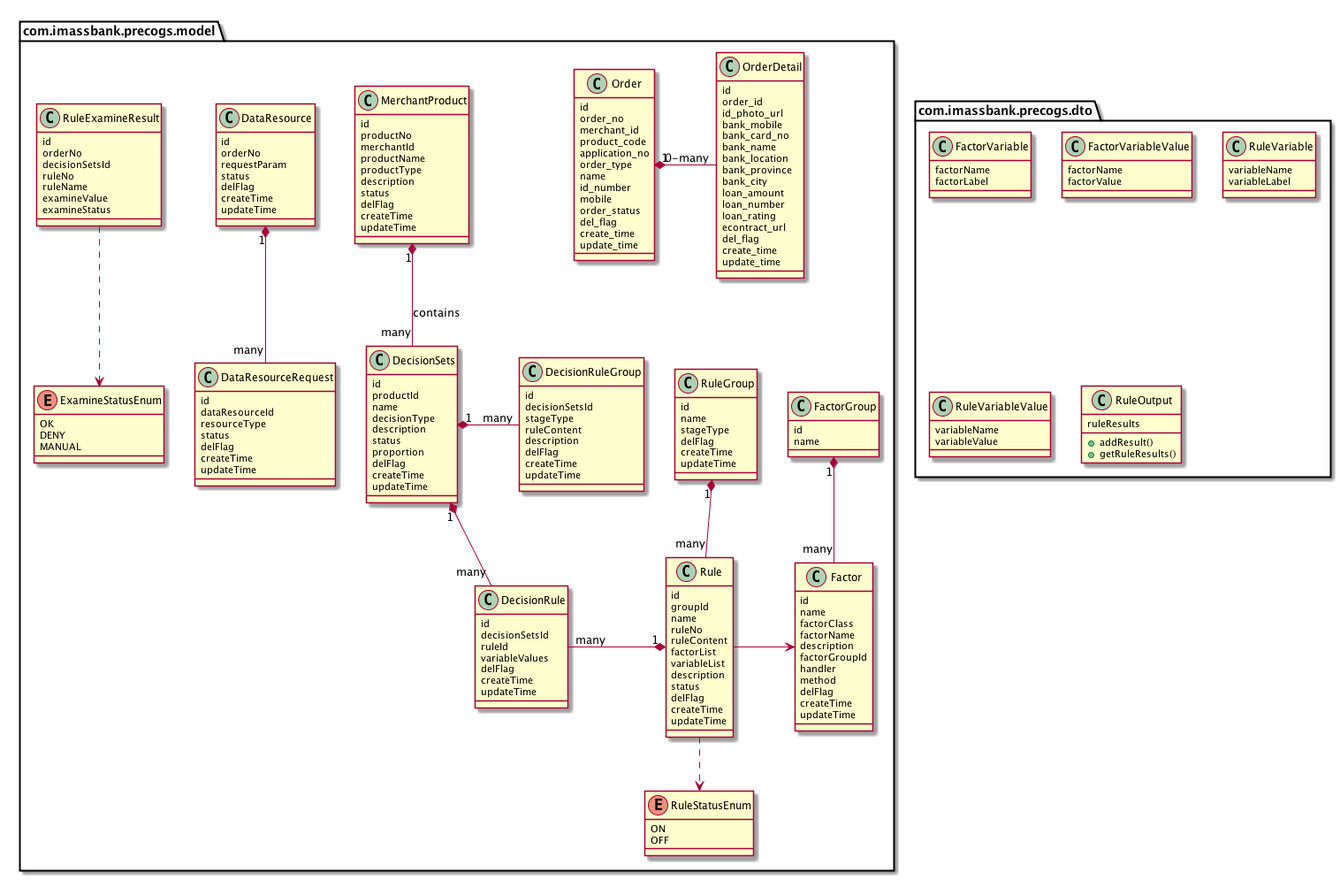
Before: images/risk/ClassDiagram.png, a diagram exported from PlantUML (feidragon/feidragon.github.io).
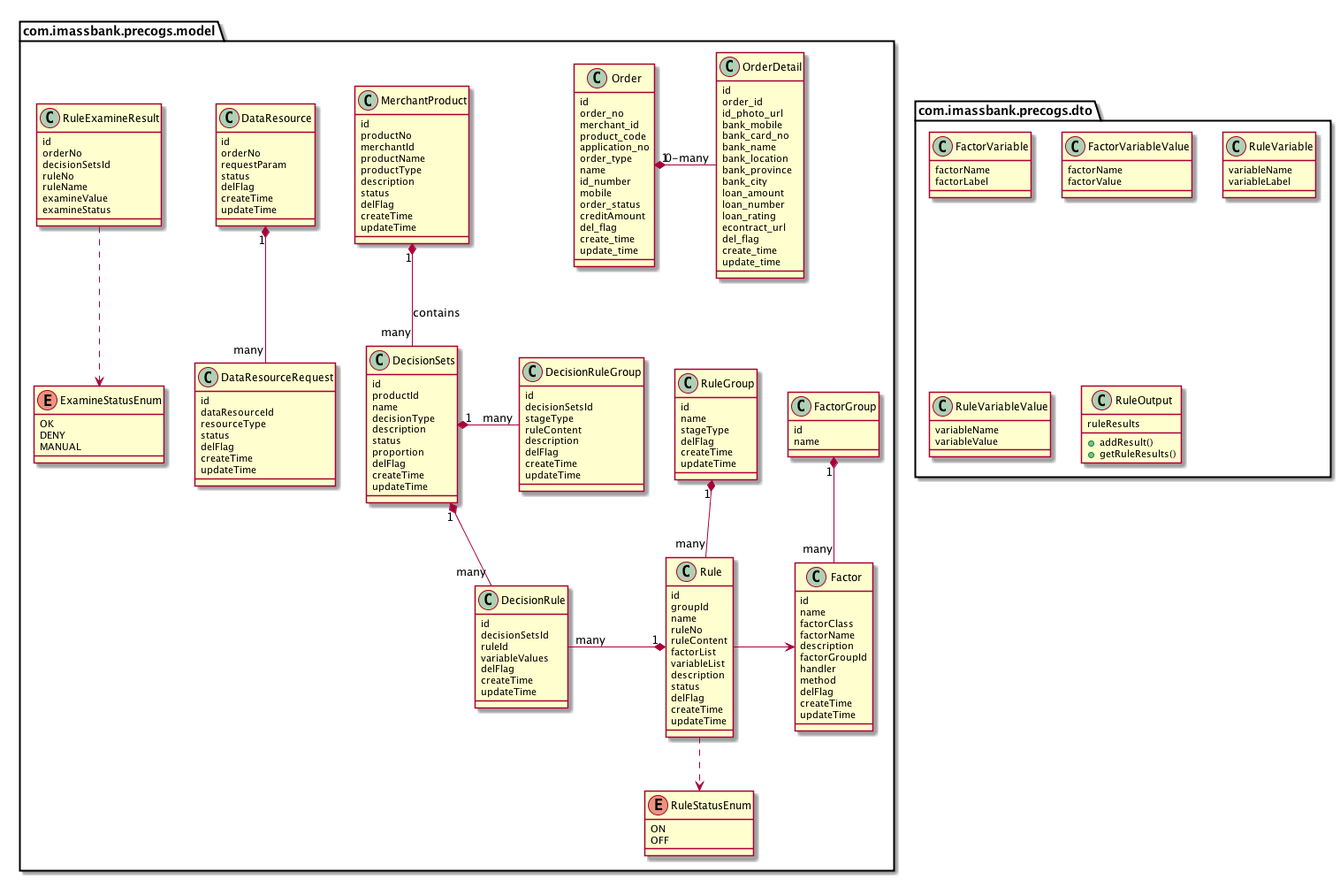
Above is the later version.

The edit, as a diff of the source:
```diff
@@ -117,6 +117,7 @@
     id_number
     mobile
     order_status
+    creditAmount
     del_flag
     create_time
     update_time
```
